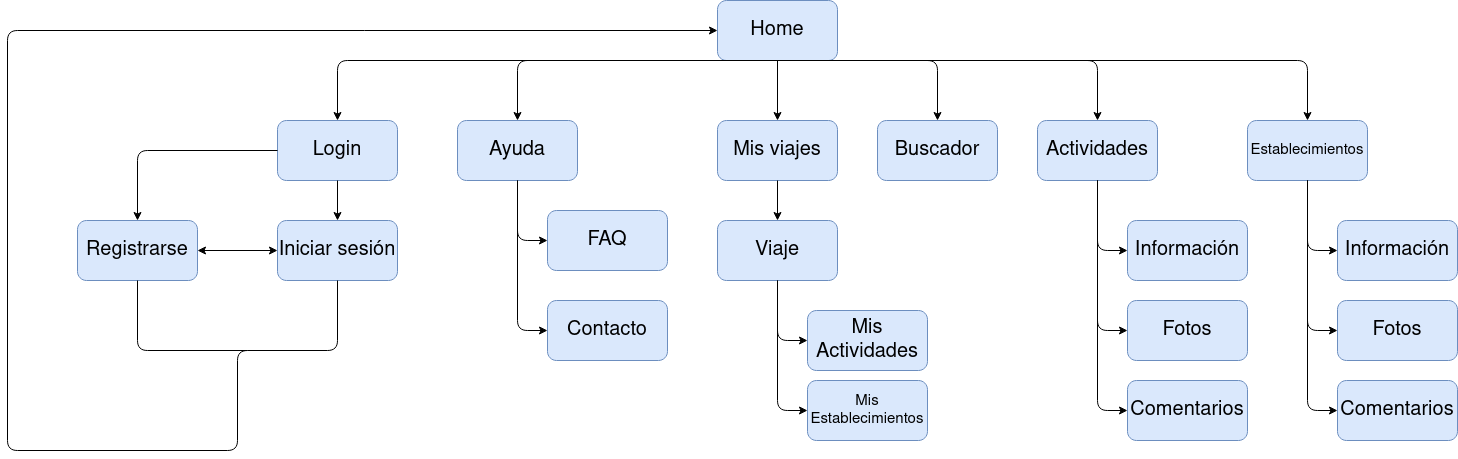
The draw.io diagram P2/img/sitemap.png in Mapachana/DIU21, before a commit. Source tidied: cells renumbered, new cells last; positions are measured from the earlier drawing's top-left corner, leaving out a move shared by most shapes.
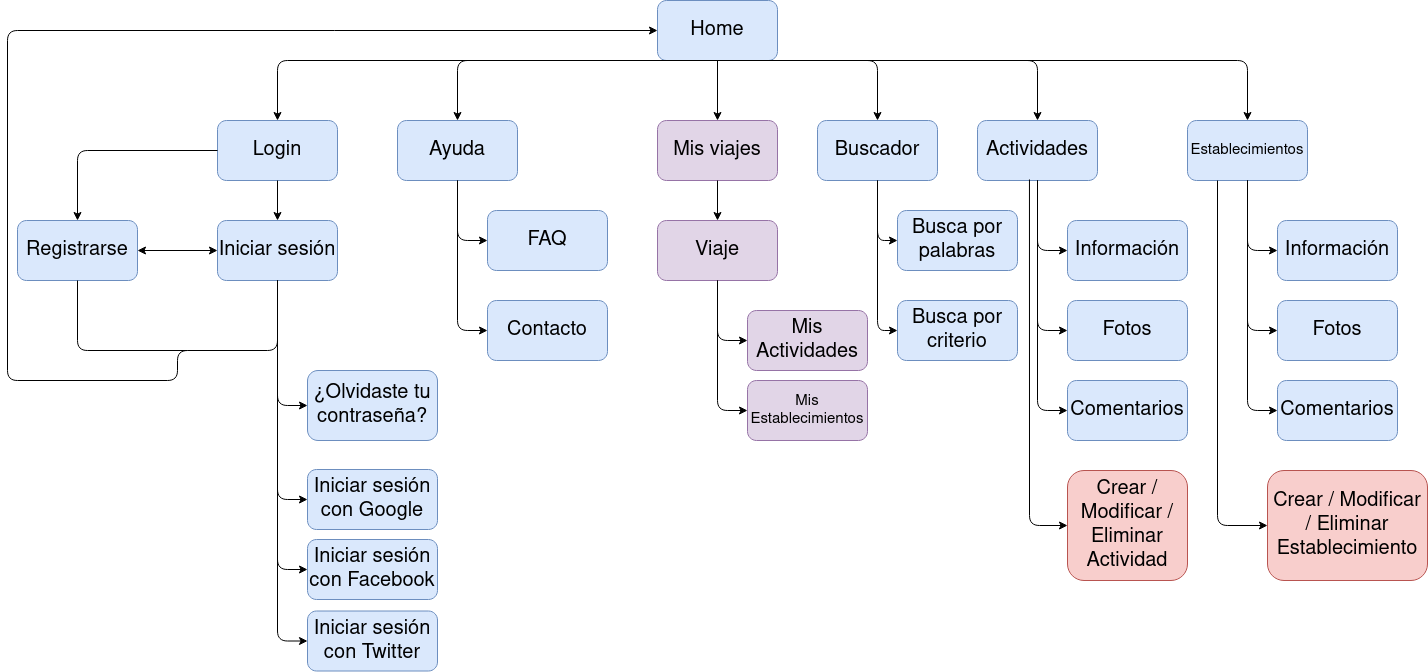
After the commit.

The edit, as a diff of the source:
```diff
@@ -5,7 +5,7 @@
     <mxCell id="2" value="&lt;font style=&quot;font-size: 20px&quot;&gt;Home&lt;/font&gt;" style="rounded=1;whiteSpace=wrap;html=1;fillColor=#dae8fc;strokeColor=#6c8ebf;" parent="1" vertex="1">
       <mxGeometry x="710" width="120" height="60" as="geometry" />
     </mxCell>
-    <mxCell id="3" value="Mis viajes" style="rounded=1;whiteSpace=wrap;html=1;fillColor=#dae8fc;strokeColor=#6c8ebf;fontSize=20;" parent="1" vertex="1">
+    <mxCell id="3" value="Mis viajes" style="rounded=1;whiteSpace=wrap;html=1;fillColor=#e1d5e7;strokeColor=#9673a6;fontSize=20;" parent="1" vertex="1">
       <mxGeometry x="710" y="120" width="120" height="60" as="geometry" />
     </mxCell>
     <mxCell id="4" value="Login" style="rounded=1;whiteSpace=wrap;html=1;fillColor=#dae8fc;strokeColor=#6c8ebf;fontSize=20;" parent="1" vertex="1">
@@ -78,13 +78,13 @@
     <mxCell id="19" value="Contacto" style="rounded=1;whiteSpace=wrap;html=1;fillColor=#dae8fc;strokeColor=#6c8ebf;fontSize=20;" parent="1" vertex="1">
       <mxGeometry x="540" y="300" width="120" height="60" as="geometry" />
     </mxCell>
-    <mxCell id="20" value="Viaje" style="rounded=1;whiteSpace=wrap;html=1;fillColor=#dae8fc;strokeColor=#6c8ebf;fontSize=20;" parent="1" vertex="1">
+    <mxCell id="20" value="Viaje" style="rounded=1;whiteSpace=wrap;html=1;fillColor=#e1d5e7;strokeColor=#9673a6;fontSize=20;" parent="1" vertex="1">
       <mxGeometry x="710" y="220" width="120" height="60" as="geometry" />
     </mxCell>
-    <mxCell id="21" value="Mis Actividades" style="rounded=1;whiteSpace=wrap;html=1;fillColor=#dae8fc;strokeColor=#6c8ebf;fontSize=20;" parent="1" vertex="1">
+    <mxCell id="21" value="Mis Actividades" style="rounded=1;whiteSpace=wrap;html=1;fillColor=#e1d5e7;strokeColor=#9673a6;fontSize=20;" parent="1" vertex="1">
       <mxGeometry x="800" y="310" width="120" height="60" as="geometry" />
     </mxCell>
-    <mxCell id="22" value="Mis Establecimientos" style="rounded=1;whiteSpace=wrap;html=1;fillColor=#dae8fc;strokeColor=#6c8ebf;fontSize=15;" parent="1" vertex="1">
+    <mxCell id="22" value="Mis Establecimientos" style="rounded=1;whiteSpace=wrap;html=1;fillColor=#e1d5e7;strokeColor=#9673a6;fontSize=15;" parent="1" vertex="1">
       <mxGeometry x="800" y="380" width="120" height="60" as="geometry" />
     </mxCell>
     <mxCell id="23" style="endArrow=classic;html=1;exitX=0.5;exitY=1;exitDx=0;exitDy=0;entryX=0;entryY=0.5;entryDx=0;entryDy=0;" parent="1" edge="1" source="20" target="21">
@@ -195,9 +195,9 @@
         <Array as="points">
           <mxPoint x="330" y="350" />
           <mxPoint x="230" y="350" />
-          <mxPoint x="230" y="450" />
-          <mxPoint y="450" />
-          <mxPoint y="30" />
+          <mxPoint x="230" y="380" />
+          <mxPoint x="60" y="380" />
+          <mxPoint x="60" y="30" />
         </Array>
       </mxGeometry>
     </mxCell>
@@ -209,5 +209,86 @@
         </Array>
       </mxGeometry>
     </mxCell>
+    <mxCell id="44" value="Iniciar sesión con Google" style="rounded=1;whiteSpace=wrap;html=1;fillColor=#dae8fc;strokeColor=#6c8ebf;fontSize=20;" parent="1" vertex="1">
+      <mxGeometry x="360" y="469" width="130" height="60" as="geometry" />
+    </mxCell>
+    <mxCell id="45" value="Iniciar sesión con Twitter" style="rounded=1;whiteSpace=wrap;html=1;fillColor=#dae8fc;strokeColor=#6c8ebf;fontSize=20;" parent="1" vertex="1">
+      <mxGeometry x="360" y="610.5" width="130" height="60" as="geometry" />
+    </mxCell>
+    <mxCell id="46" value="Iniciar sesión con Facebook" style="rounded=1;whiteSpace=wrap;html=1;fillColor=#dae8fc;strokeColor=#6c8ebf;fontSize=20;" parent="1" vertex="1">
+      <mxGeometry x="360" y="539" width="130" height="60" as="geometry" />
+    </mxCell>
+    <mxCell id="47" style="endArrow=classic;html=1;exitX=0.5;exitY=1;exitDx=0;exitDy=0;entryX=0;entryY=0.5;entryDx=0;entryDy=0;" parent="1" edge="1" source="9" target="44">
+      <mxGeometry relative="1" as="geometry">
+        <Array as="points">
+          <mxPoint x="330" y="499" />
+        </Array>
+      </mxGeometry>
+    </mxCell>
+    <mxCell id="48" style="endArrow=classic;html=1;entryX=0;entryY=0.5;entryDx=0;entryDy=0;exitX=0.5;exitY=1;exitDx=0;exitDy=0;" parent="1" edge="1" source="9" target="46">
+      <mxGeometry relative="1" as="geometry">
+        <Array as="points">
+          <mxPoint x="330" y="569" />
+        </Array>
+      </mxGeometry>
+    </mxCell>
+    <mxCell id="49" style="endArrow=classic;html=1;entryX=0;entryY=0.5;entryDx=0;entryDy=0;" parent="1" edge="1" target="45">
+      <mxGeometry relative="1" as="geometry">
+        <mxPoint x="330" y="378.5" as="sourcePoint" />
+        <Array as="points">
+          <mxPoint x="330" y="640.5" />
+        </Array>
+      </mxGeometry>
+    </mxCell>
+    <mxCell id="50" value="¿Olvidaste tu contraseña?" style="rounded=1;whiteSpace=wrap;html=1;fillColor=#dae8fc;strokeColor=#6c8ebf;fontSize=20;" parent="1" vertex="1">
+      <mxGeometry x="360" y="370" width="130" height="70" as="geometry" />
+    </mxCell>
+    <mxCell id="51" style="endArrow=classic;html=1;exitX=0.5;exitY=1;exitDx=0;exitDy=0;entryX=0;entryY=0.5;entryDx=0;entryDy=0;" parent="1" edge="1" source="9" target="50">
+      <mxGeometry relative="1" as="geometry">
+        <Array as="points">
+          <mxPoint x="330" y="405" />
+        </Array>
+      </mxGeometry>
+    </mxCell>
+    <mxCell id="52" value="Crear / Modificar / Eliminar Actividad" style="rounded=1;whiteSpace=wrap;html=1;fillColor=#f8cecc;strokeColor=#b85450;fontSize=20;" parent="1" vertex="1">
+      <mxGeometry x="1120" y="470" width="120" height="110" as="geometry" />
+    </mxCell>
+    <mxCell id="53" value="Busca por palabras" style="rounded=1;whiteSpace=wrap;html=1;fillColor=#dae8fc;strokeColor=#6c8ebf;fontSize=20;" parent="1" vertex="1">
+      <mxGeometry x="950" y="210" width="120" height="60" as="geometry" />
+    </mxCell>
+    <mxCell id="54" value="Busca por criterio" style="rounded=1;whiteSpace=wrap;html=1;fillColor=#dae8fc;strokeColor=#6c8ebf;fontSize=20;" parent="1" vertex="1">
+      <mxGeometry x="950" y="300" width="120" height="60" as="geometry" />
+    </mxCell>
+    <mxCell id="55" style="endArrow=classic;html=1;exitX=0.5;exitY=1;exitDx=0;exitDy=0;entryX=0;entryY=0.5;entryDx=0;entryDy=0;" parent="1" edge="1" source="7" target="53">
+      <mxGeometry relative="1" as="geometry">
+        <Array as="points">
+          <mxPoint x="930" y="240" />
+        </Array>
+      </mxGeometry>
+    </mxCell>
+    <mxCell id="56" style="endArrow=classic;html=1;exitX=0.5;exitY=1;exitDx=0;exitDy=0;entryX=0;entryY=0.5;entryDx=0;entryDy=0;" parent="1" edge="1" source="7" target="54">
+      <mxGeometry relative="1" as="geometry">
+        <Array as="points">
+          <mxPoint x="930" y="330" />
+        </Array>
+      </mxGeometry>
+    </mxCell>
+    <mxCell id="57" style="endArrow=classic;html=1;exitX=0.433;exitY=0.983;exitDx=0;exitDy=0;exitPerimeter=0;entryX=0;entryY=0.5;entryDx=0;entryDy=0;" parent="1" edge="1" source="6" target="52">
+      <mxGeometry relative="1" as="geometry">
+        <Array as="points">
+          <mxPoint x="1082" y="525" />
+        </Array>
+      </mxGeometry>
+    </mxCell>
+    <mxCell id="58" value="Crear / Modificar / Eliminar Establecimiento" style="rounded=1;whiteSpace=wrap;html=1;fillColor=#f8cecc;strokeColor=#b85450;fontSize=20;" parent="1" vertex="1">
+      <mxGeometry x="1320" y="470" width="160" height="110" as="geometry" />
+    </mxCell>
+    <mxCell id="59" style="endArrow=classic;html=1;exitX=0.25;exitY=1;exitDx=0;exitDy=0;entryX=0;entryY=0.5;entryDx=0;entryDy=0;" parent="1" edge="1" source="25" target="58">
+      <mxGeometry relative="1" as="geometry">
+        <Array as="points">
+          <mxPoint x="1270" y="525" />
+        </Array>
+      </mxGeometry>
+    </mxCell>
   </root>
 </mxGraphModel>
```
